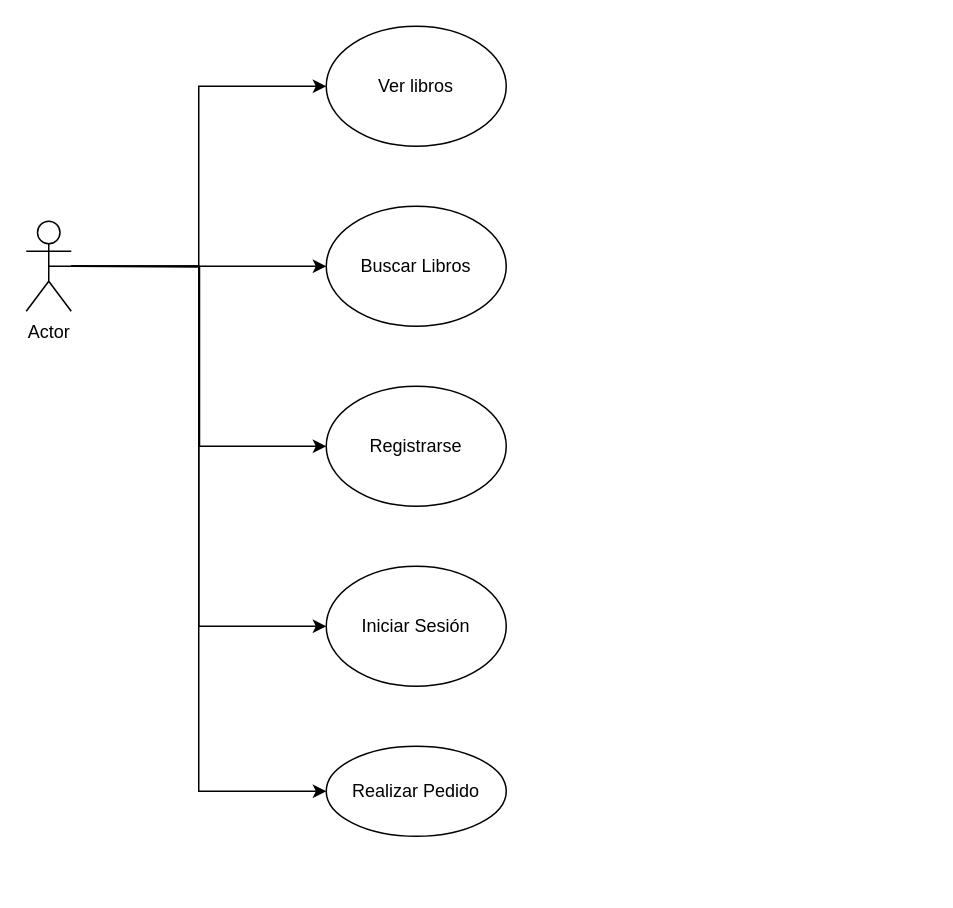
Above: ing/bpm.drawio in NicoJimenez123/tareas (draw.io), before the change. Source tidied: cells renumbered, new cells numbered last; positions are measured from the earlier drawing's top-left corner, leaving out a move shared by most shapes. Both pictures are drawn from the tidied source at 150%, with x=0, y=0 at pixel (26, 26).
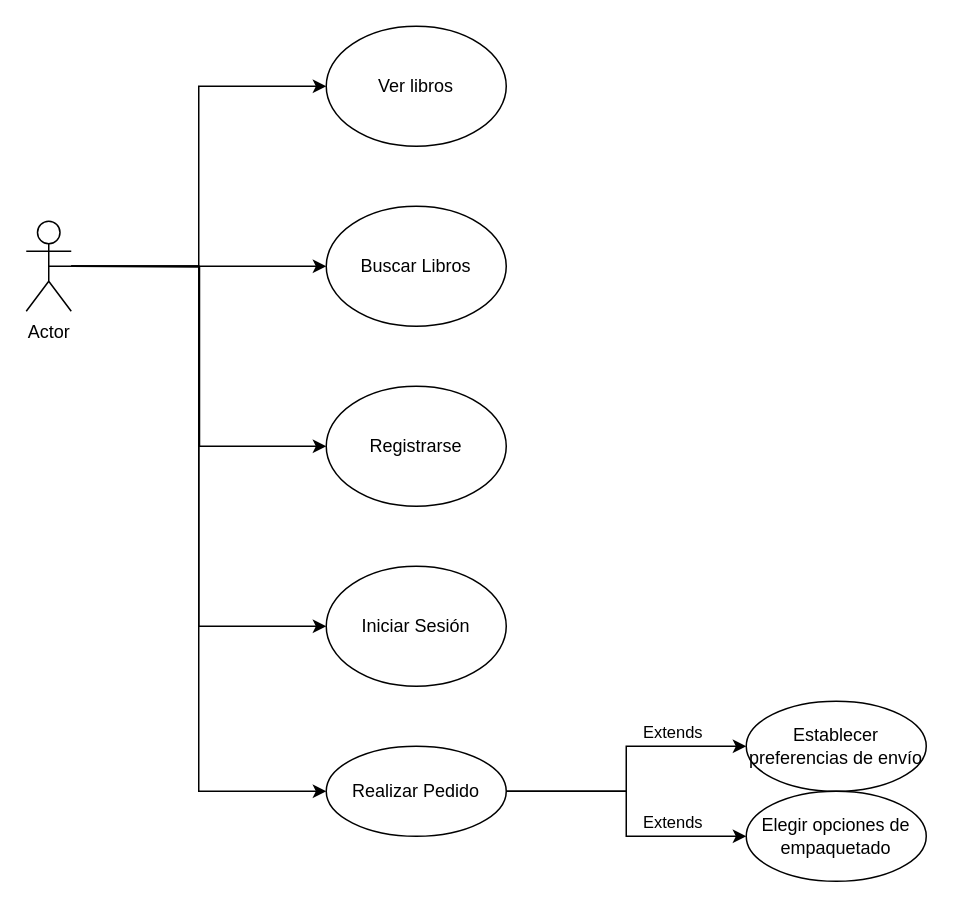
The same page after the edit.

Unchanged cells that the change refers to:
```xml
<mxCell id="12" value="Realizar Pedido" style="ellipse;whiteSpace=wrap;html=1;" parent="1" vertex="1">
  <mxGeometry x="200" y="480" width="120" height="60" as="geometry" />
</mxCell>
```

Change to the diagram source:
```diff
@@
+    <mxCell id="13" style="edgeStyle=orthogonalEdgeStyle;rounded=0;jettySize=auto;html=1;entryX=0;entryY=0.5;entryDx=0;entryDy=0;" parent="1" edge="1" source="12" target="17">
+      <mxGeometry relative="1" as="geometry" />
+    </mxCell>
+    <mxCell id="14" value="Extends" style="edgeLabel;html=1;align=center;verticalAlign=middle;" parent="13" vertex="1">
+      <mxGeometry x="0.41" y="1" relative="1" as="geometry">
+        <mxPoint x="6" y="-9" as="offset" />
+      </mxGeometry>
+    </mxCell>
+    <mxCell id="15" style="edgeStyle=orthogonalEdgeStyle;rounded=0;jettySize=auto;html=1;entryX=0;entryY=0.5;entryDx=0;entryDy=0;" parent="1" edge="1" source="12" target="18">
+      <mxGeometry relative="1" as="geometry" />
+    </mxCell>
+    <mxCell id="16" value="Extends" style="edgeLabel;html=1;align=center;verticalAlign=middle;" parent="15" vertex="1">
+      <mxGeometry x="0.28" y="-4" relative="1" as="geometry">
+        <mxPoint x="18" y="-14" as="offset" />
+      </mxGeometry>
+    </mxCell>
@@
+    <mxCell id="17" value="Establecer preferencias de envío" style="ellipse;whiteSpace=wrap;html=1;" parent="1" vertex="1">
+      <mxGeometry x="480" y="450" width="120" height="60" as="geometry" />
+    </mxCell>
+    <mxCell id="18" value="Elegir opciones de empaquetado" style="ellipse;whiteSpace=wrap;html=1;" parent="1" vertex="1">
+      <mxGeometry x="480" y="510" width="120" height="60" as="geometry" />
+    </mxCell>
```
